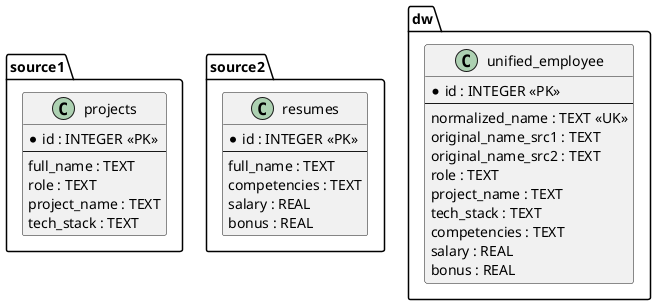
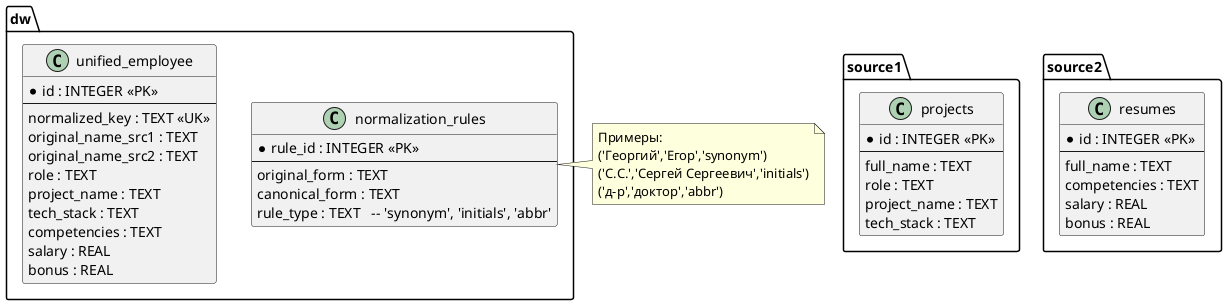
@startuml
!define table class

+ ' Исходные таблицы (нормализованы для OLTP)
table "source1.projects" {
    * id : INTEGER <<PK>>
    --
    full_name : TEXT
    role : TEXT
    project_name : TEXT
    tech_stack : TEXT
}

table "source2.resumes" {
    * id : INTEGER <<PK>>
    --
    full_name : TEXT
    competencies : TEXT
    salary : REAL
    bonus : REAL
}

+ ' Денормализованная таблица хранилища данных (звезда)
table "dw.unified_employee" {
    * id : INTEGER <<PK>>
    --
-     normalized_name : TEXT <<UK>>
+     normalized_key : TEXT <<UK>>
    original_name_src1 : TEXT
    original_name_src2 : TEXT
    role : TEXT
    project_name : TEXT
    tech_stack : TEXT
    competencies : TEXT
    salary : REAL
    bonus : REAL
}
- @enduml+ 
+ ' Справочник правил нормализации (синонимы, инициалы)
+ table "dw.normalization_rules" {
+     * rule_id : INTEGER <<PK>>
+     --
+     original_form : TEXT
+     canonical_form : TEXT
+     rule_type : TEXT   -- 'synonym', 'initials', 'abbr'
+ }
+ 
+ note right of dw.normalization_rules
+   Примеры:
+   ('Георгий','Егор','synonym')
+   ('С.С.','Сергей Сергеевич','initials')
+   ('д-р','доктор','abbr')
+ end note
+ 
+ @enduml
